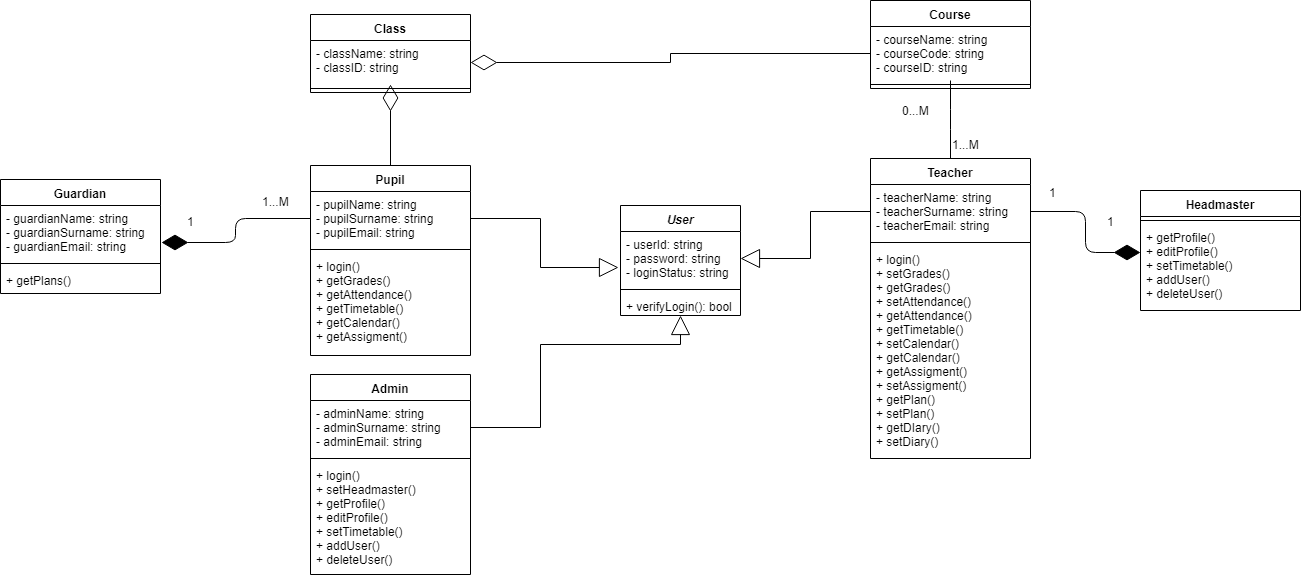
esmoqi16/TMS keeps this draw.io diagram as Diagrams/Class Diagrams/ClassDiagram.png. Above is the earlier version. Source tidied: cells renumbered, new cells last; positions are measured from the earlier drawing's top-left corner, leaving out a move shared by most shapes.
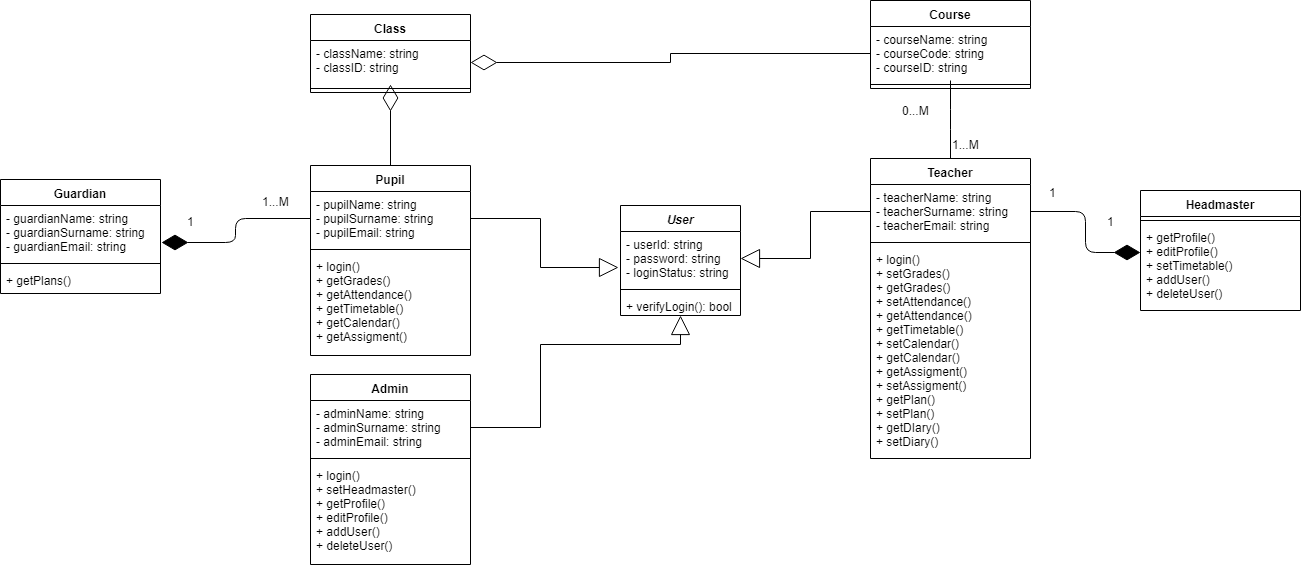
The same file after the commit.

The edit, as a diff of the source:
```diff
@@ -84,7 +84,7 @@
       <mxGeometry x="1105" y="212" width="20" height="20" as="geometry" />
     </mxCell>
     <mxCell id="29" value="Admin" style="swimlane;fontStyle=1;align=center;verticalAlign=top;horizontal=1;startSize=26;" parent="1" vertex="1">
-      <mxGeometry x="310" y="374" width="160" height="200" as="geometry" />
+      <mxGeometry x="310" y="374" width="160" height="190" as="geometry" />
     </mxCell>
     <mxCell id="30" value="- adminName: string&#10;- adminSurname: string&#10;- adminEmail: string" style="text;strokeColor=none;fillColor=none;align=left;verticalAlign=top;spacingLeft=4;spacingRight=4;overflow=hidden;points=[[0,0.5],[1,0.5]];portConstraint=eastwest;" parent="29" vertex="1">
       <mxGeometry y="26" width="160" height="54" as="geometry" />
@@ -92,8 +92,8 @@
     <mxCell id="31" style="line;strokeWidth=1;fillColor=none;align=left;verticalAlign=middle;spacingTop=-1;spacingLeft=3;spacingRight=3;labelPosition=right;" parent="29" vertex="1">
       <mxGeometry y="80" width="160" height="8" as="geometry" />
     </mxCell>
-    <mxCell id="32" value="+ login()&#10;+ setHeadmaster()&#10;+ getProfile()&#10;+ editProfile()&#10;+ setTimetable()&#10;+ addUser()&#10;+ deleteUser()&#10;" style="text;strokeColor=none;fillColor=none;align=left;verticalAlign=top;spacingLeft=4;spacingRight=4;overflow=hidden;" parent="29" vertex="1">
-      <mxGeometry y="88" width="160" height="112" as="geometry" />
+    <mxCell id="32" value="+ login()&#10;+ setHeadmaster()&#10;+ getProfile()&#10;+ editProfile()&#10;+ addUser()&#10;+ deleteUser()&#10;" style="text;strokeColor=none;fillColor=none;align=left;verticalAlign=top;spacingLeft=4;spacingRight=4;overflow=hidden;" parent="29" vertex="1">
+      <mxGeometry y="88" width="160" height="102" as="geometry" />
     </mxCell>
     <mxCell id="33" style="edgeStyle=orthogonalEdgeStyle;rounded=0;jettySize=auto;html=1;exitX=1;exitY=0.5;exitDx=0;exitDy=0;endArrow=block;endFill=0;strokeWidth=1;endSize=17;" parent="1" edge="1" source="30" target="5">
       <mxGeometry relative="1" as="geometry">
```
